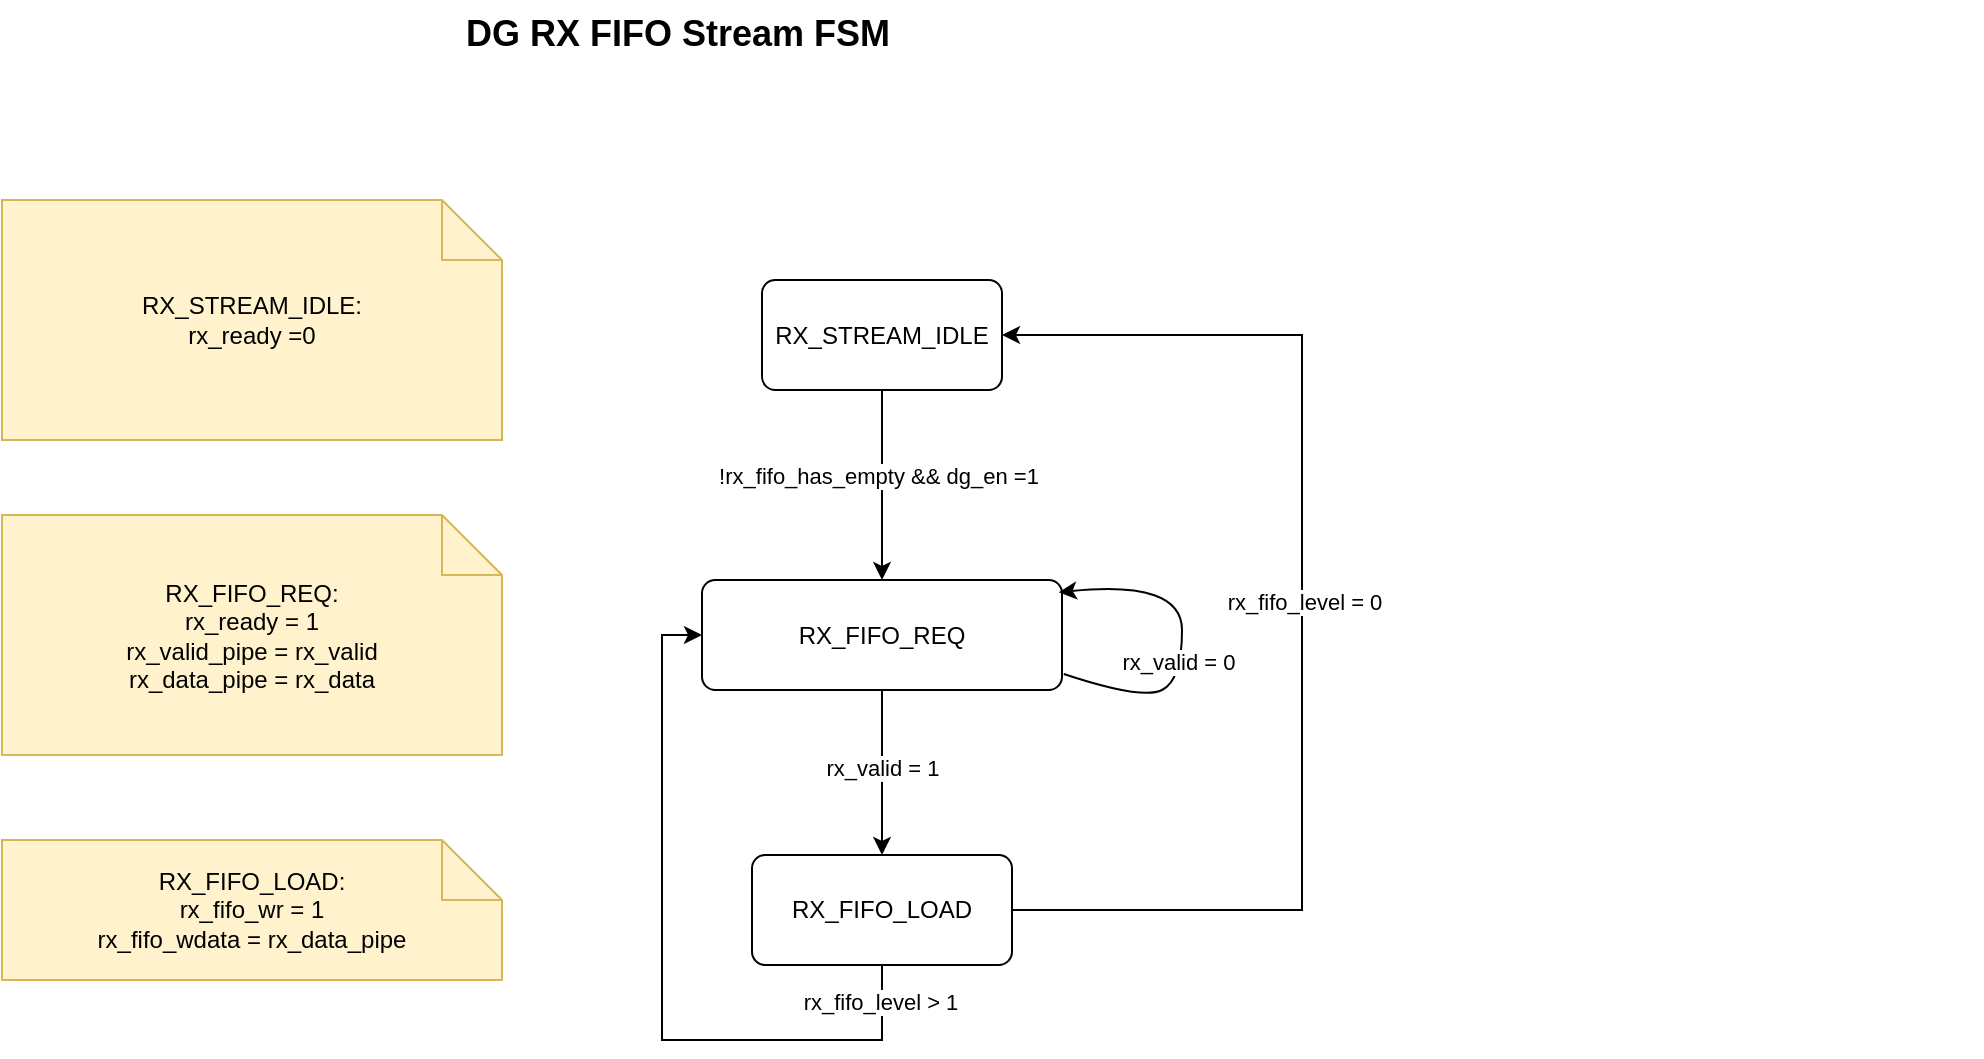
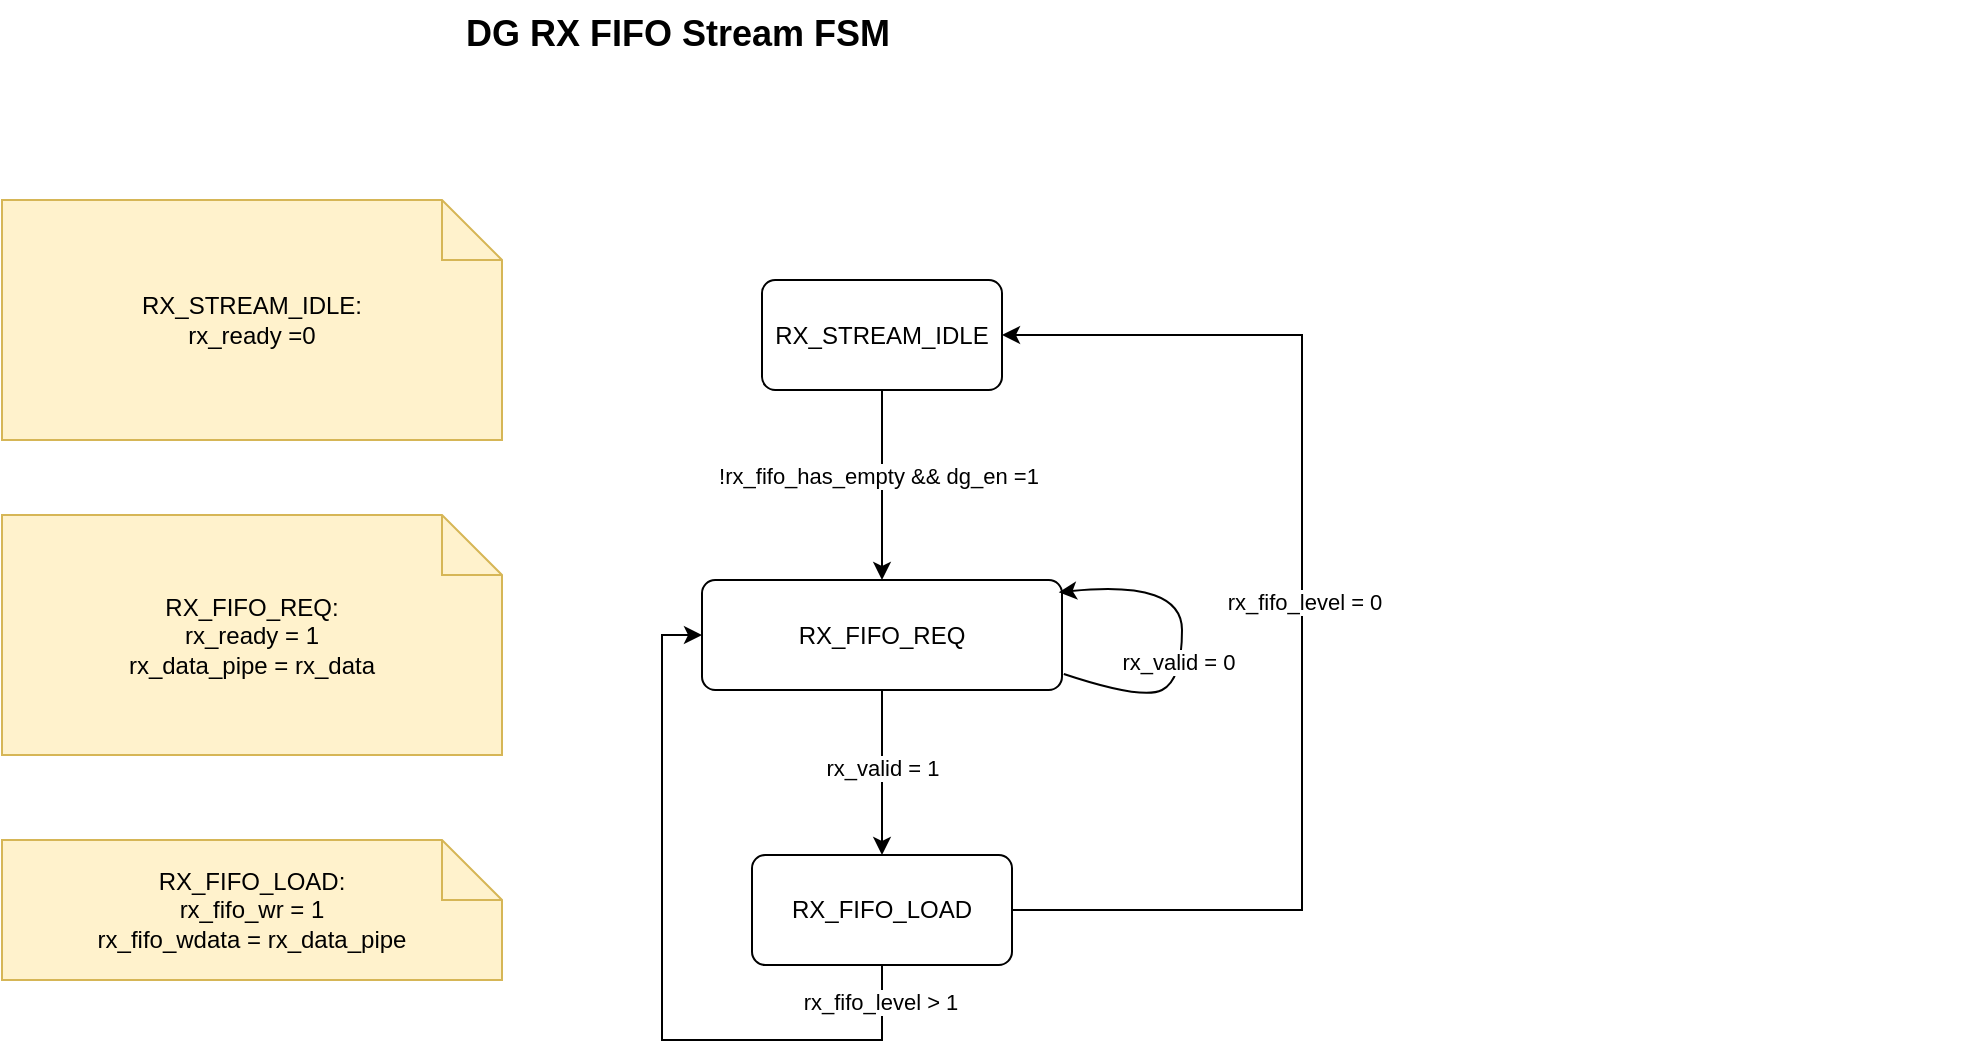
<mxfile host="app.diagrams.net">
  <diagram name="第 1 页" id="1fRNLwPgRf_CtldP1hrz">
    <mxGraphModel dx="-981" dy="380" grid="1" gridSize="10" guides="1" tooltips="1" connect="1" arrows="1" fold="1" page="1" pageScale="1" pageWidth="827" pageHeight="1169" math="0" shadow="0">
      <root>
        <mxCell id="0" />
        <mxCell id="1" parent="0" />
        <mxCell id="M1j7goV4bkzS5Lg1R7Bt-28" parent="1" style="text;html=1;strokeColor=none;fillColor=none;fontSize=18;fontStyle=1;" value="DG RX FIFO Stream FSM&amp;nbsp;&amp;nbsp;" vertex="1">
          <mxGeometry height="40" width="760" x="2040" y="130" as="geometry" />
        </mxCell>
        <mxCell id="M1j7goV4bkzS5Lg1R7Bt-29" parent="1" style="rounded=1;whiteSpace=wrap;html=1;arcSize=12;fillColor=#ffffff;strokeColor=#000000;" value="RX_STREAM_IDLE" vertex="1">
          <mxGeometry height="55" width="120" x="2190" y="270" as="geometry" />
        </mxCell>
        <mxCell id="M1j7goV4bkzS5Lg1R7Bt-30" parent="1" style="rounded=1;whiteSpace=wrap;html=1;arcSize=12;fillColor=#ffffff;strokeColor=#000000;" value="RX_FIFO_REQ" vertex="1">
          <mxGeometry height="55" width="180" x="2160" y="420" as="geometry" />
        </mxCell>
        <mxCell id="M1j7goV4bkzS5Lg1R7Bt-31" edge="1" parent="1" source="M1j7goV4bkzS5Lg1R7Bt-29" style="endArrow=classic;html=1;rounded=0;exitX=0.5;exitY=1;exitDx=0;exitDy=0;entryX=0.5;entryY=0;entryDx=0;entryDy=0;" target="M1j7goV4bkzS5Lg1R7Bt-30" value="">
          <mxGeometry height="50" relative="1" width="50" as="geometry">
            <mxPoint x="2270" y="390" as="sourcePoint" />
            <mxPoint x="2320" y="340" as="targetPoint" />
          </mxGeometry>
        </mxCell>
        <mxCell id="M1j7goV4bkzS5Lg1R7Bt-32" connectable="0" parent="M1j7goV4bkzS5Lg1R7Bt-31" style="edgeLabel;html=1;align=center;verticalAlign=middle;resizable=0;points=[];" value="!rx_fifo_has_empty &amp;amp;&amp;amp; dg_en =1" vertex="1">
          <mxGeometry relative="1" x="-0.0927" y="-2" as="geometry">
            <mxPoint as="offset" />
          </mxGeometry>
        </mxCell>
-         <mxCell id="M1j7goV4bkzS5Lg1R7Bt-33" parent="1" style="shape=note;whiteSpace=wrap;html=1;fillColor=#fff2cc;strokeColor=#d6b656;" value="RX_FIFO_REQ:&lt;div&gt;r&lt;span style=&quot;background-color: transparent;&quot;&gt;x_ready = 1&lt;/span&gt;&lt;br&gt;&lt;/div&gt;&lt;div&gt;&lt;span style=&quot;background-color: transparent;&quot;&gt;rx_valid_pipe = rx_valid&lt;/span&gt;&lt;/div&gt;&lt;div&gt;&lt;span style=&quot;background-color: transparent;&quot;&gt;rx_data_pipe = rx_data&lt;/span&gt;&lt;/div&gt;" vertex="1">
+         <mxCell id="M1j7goV4bkzS5Lg1R7Bt-33" parent="1" style="shape=note;whiteSpace=wrap;html=1;fillColor=#fff2cc;strokeColor=#d6b656;" value="RX_FIFO_REQ:&lt;div&gt;r&lt;span style=&quot;background-color: transparent;&quot;&gt;x_ready = 1&lt;/span&gt;&lt;/div&gt;&lt;div&gt;&lt;span style=&quot;background-color: transparent;&quot;&gt;rx_data_pipe = rx_data&lt;/span&gt;&lt;/div&gt;" vertex="1">
          <mxGeometry height="120" width="250" x="1810" y="387.5" as="geometry" />
        </mxCell>
        <mxCell id="M1j7goV4bkzS5Lg1R7Bt-34" parent="1" style="rounded=1;whiteSpace=wrap;html=1;arcSize=12;fillColor=#ffffff;strokeColor=#000000;" value="RX_FIFO_LOAD" vertex="1">
          <mxGeometry height="55" width="130" x="2185" y="557.5" as="geometry" />
        </mxCell>
        <mxCell id="M1j7goV4bkzS5Lg1R7Bt-35" edge="1" parent="1" source="M1j7goV4bkzS5Lg1R7Bt-30" style="endArrow=classic;html=1;rounded=0;exitX=0.5;exitY=1;exitDx=0;exitDy=0;entryX=0.5;entryY=0;entryDx=0;entryDy=0;" target="M1j7goV4bkzS5Lg1R7Bt-34" value="">
          <mxGeometry height="50" relative="1" width="50" as="geometry">
            <mxPoint x="2260" y="540" as="sourcePoint" />
            <mxPoint x="2310" y="490" as="targetPoint" />
          </mxGeometry>
        </mxCell>
        <mxCell id="M1j7goV4bkzS5Lg1R7Bt-36" connectable="0" parent="M1j7goV4bkzS5Lg1R7Bt-35" style="edgeLabel;html=1;align=center;verticalAlign=middle;resizable=0;points=[];" value="rx_valid = 1" vertex="1">
          <mxGeometry relative="1" x="-0.0537" as="geometry">
            <mxPoint as="offset" />
          </mxGeometry>
        </mxCell>
        <mxCell id="M1j7goV4bkzS5Lg1R7Bt-37" parent="1" style="shape=note;whiteSpace=wrap;html=1;fillColor=#fff2cc;strokeColor=#d6b656;" value="RX_FIFO_LOAD:&lt;div&gt;rx_fifo_wr = 1&lt;/div&gt;&lt;div&gt;rx_fifo_wdata = rx_data_pipe&lt;/div&gt;" vertex="1">
          <mxGeometry height="70" width="250" x="1810" y="550" as="geometry" />
        </mxCell>
        <mxCell id="M1j7goV4bkzS5Lg1R7Bt-38" parent="1" style="shape=note;whiteSpace=wrap;html=1;fillColor=#fff2cc;strokeColor=#d6b656;" value="RX_STREAM_IDLE:&lt;div&gt;rx_ready =0&lt;/div&gt;" vertex="1">
          <mxGeometry height="120" width="250" x="1810" y="230" as="geometry" />
        </mxCell>
        <mxCell id="M1j7goV4bkzS5Lg1R7Bt-39" edge="1" parent="1" source="M1j7goV4bkzS5Lg1R7Bt-34" style="endArrow=classic;html=1;rounded=0;exitX=0.5;exitY=1;exitDx=0;exitDy=0;entryX=0;entryY=0.5;entryDx=0;entryDy=0;edgeStyle=orthogonalEdgeStyle;" target="M1j7goV4bkzS5Lg1R7Bt-30" value="">
          <mxGeometry height="50" relative="1" width="50" as="geometry">
            <Array as="points">
              <mxPoint x="2250" y="650" />
              <mxPoint x="2140" y="650" />
              <mxPoint x="2140" y="448" />
            </Array>
            <mxPoint x="2440" y="550" as="sourcePoint" />
            <mxPoint x="2490" y="500" as="targetPoint" />
          </mxGeometry>
        </mxCell>
        <mxCell id="M1j7goV4bkzS5Lg1R7Bt-40" connectable="0" parent="M1j7goV4bkzS5Lg1R7Bt-39" style="edgeLabel;html=1;align=center;verticalAlign=middle;resizable=0;points=[];" value="rx_fifo_level &amp;gt; 1" vertex="1">
          <mxGeometry relative="1" x="-0.9016" y="-1" as="geometry">
            <mxPoint as="offset" />
          </mxGeometry>
        </mxCell>
        <mxCell id="M1j7goV4bkzS5Lg1R7Bt-41" edge="1" parent="1" source="M1j7goV4bkzS5Lg1R7Bt-34" style="endArrow=classic;html=1;rounded=0;exitX=1;exitY=0.5;exitDx=0;exitDy=0;entryX=1;entryY=0.5;entryDx=0;entryDy=0;edgeStyle=orthogonalEdgeStyle;" target="M1j7goV4bkzS5Lg1R7Bt-29" value="">
          <mxGeometry height="50" relative="1" width="50" as="geometry">
            <Array as="points">
              <mxPoint x="2460" y="585" />
              <mxPoint x="2460" y="298" />
            </Array>
            <mxPoint x="2400" y="580" as="sourcePoint" />
            <mxPoint x="2450" y="530" as="targetPoint" />
          </mxGeometry>
        </mxCell>
        <mxCell id="M1j7goV4bkzS5Lg1R7Bt-42" connectable="0" parent="M1j7goV4bkzS5Lg1R7Bt-41" style="edgeLabel;html=1;align=center;verticalAlign=middle;resizable=0;points=[];" value="rx_fifo_level = 0" vertex="1">
          <mxGeometry relative="1" x="0.0267" y="-1" as="geometry">
            <mxPoint as="offset" />
          </mxGeometry>
        </mxCell>
        <mxCell id="M1j7goV4bkzS5Lg1R7Bt-55" edge="1" parent="1" source="M1j7goV4bkzS5Lg1R7Bt-30" style="curved=1;endArrow=classic;html=1;rounded=0;entryX=0.991;entryY=0.112;entryDx=0;entryDy=0;exitX=1.005;exitY=0.854;exitDx=0;exitDy=0;exitPerimeter=0;entryPerimeter=0;" target="M1j7goV4bkzS5Lg1R7Bt-30" value="">
          <mxGeometry height="50" relative="1" width="50" as="geometry">
            <Array as="points">
              <mxPoint x="2380" y="480" />
              <mxPoint x="2400" y="470" />
              <mxPoint x="2400" y="420" />
            </Array>
            <mxPoint x="2350" y="540" as="sourcePoint" />
            <mxPoint x="2400" y="490" as="targetPoint" />
          </mxGeometry>
        </mxCell>
        <mxCell id="M1j7goV4bkzS5Lg1R7Bt-56" connectable="0" parent="M1j7goV4bkzS5Lg1R7Bt-55" style="edgeLabel;html=1;align=center;verticalAlign=middle;resizable=0;points=[];" value="rx_valid = 0" vertex="1">
          <mxGeometry relative="1" x="-0.1698" y="2" as="geometry">
            <mxPoint as="offset" />
          </mxGeometry>
        </mxCell>
      </root>
    </mxGraphModel>
  </diagram>
</mxfile>
